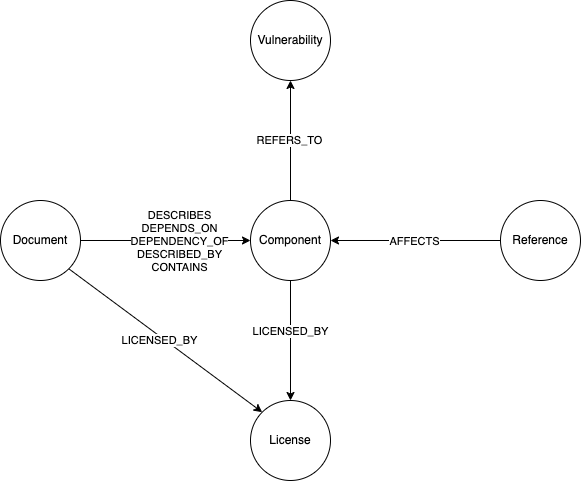
This is img/SBOM Schema.png from nodestream-proj/nodestream-plugin-sbom, a draw.io export, as it was before one commit. Source tidied: cells renumbered, new cells last; positions are measured from the earlier drawing's top-left corner, leaving out a move shared by most shapes. The source it was exported from:
```xml
<mxGraphModel>
  <root>
    <mxCell id="0" />
    <mxCell id="1" parent="0" />
    <mxCell id="2" style="edgeStyle=orthogonalEdgeStyle;rounded=0;jettySize=auto;html=1;exitX=1;exitY=0.5;exitDx=0;exitDy=0;entryX=0;entryY=0.5;entryDx=0;entryDy=0;" parent="1" edge="1" source="6" target="11">
      <mxGeometry relative="1" as="geometry" />
    </mxCell>
    <mxCell id="3" value="&lt;div&gt;DESCRIBES&lt;/div&gt;&lt;div&gt;DEPENDS_ON&lt;/div&gt;&lt;div&gt;DEPENDENCY_OF&lt;/div&gt;&lt;div&gt;DESCRIBED_BY&lt;/div&gt;&lt;div&gt;CONTAINS&lt;/div&gt;" style="edgeLabel;html=1;align=center;verticalAlign=middle;" parent="2" vertex="1">
      <mxGeometry x="0.15" relative="1" as="geometry" />
    </mxCell>
    <mxCell id="4" style="rounded=0;jettySize=auto;html=1;exitX=1;exitY=1;exitDx=0;exitDy=0;entryX=0;entryY=0;entryDx=0;entryDy=0;" parent="1" edge="1" source="6" target="16">
      <mxGeometry relative="1" as="geometry" />
    </mxCell>
    <mxCell id="5" value="LICENSED_BY" style="edgeLabel;html=1;align=center;verticalAlign=middle;" parent="4" vertex="1">
      <mxGeometry x="-0.04" y="-3" relative="1" as="geometry" />
    </mxCell>
    <mxCell id="6" value="Document" style="ellipse;whiteSpace=wrap;html=1;" parent="1" vertex="1">
      <mxGeometry y="200" width="80" height="80" as="geometry" />
    </mxCell>
    <mxCell id="7" style="edgeStyle=orthogonalEdgeStyle;rounded=0;jettySize=auto;html=1;exitX=0.5;exitY=0;exitDx=0;exitDy=0;entryX=0.5;entryY=1;entryDx=0;entryDy=0;" parent="1" edge="1" source="11" target="12">
      <mxGeometry relative="1" as="geometry" />
    </mxCell>
    <mxCell id="8" value="REFERS_TO" style="edgeLabel;html=1;align=center;verticalAlign=middle;" parent="7" vertex="1">
      <mxGeometry x="0.02" y="2" relative="1" as="geometry" />
    </mxCell>
    <mxCell id="9" style="edgeStyle=orthogonalEdgeStyle;rounded=0;jettySize=auto;html=1;exitX=0.5;exitY=1;exitDx=0;exitDy=0;entryX=0.5;entryY=0;entryDx=0;entryDy=0;" parent="1" edge="1" source="11" target="16">
      <mxGeometry relative="1" as="geometry" />
    </mxCell>
    <mxCell id="10" value="LICENSED_BY" style="edgeLabel;html=1;align=center;verticalAlign=middle;" parent="9" vertex="1">
      <mxGeometry x="-0.17" y="-1" relative="1" as="geometry" />
    </mxCell>
    <mxCell id="11" value="Component" style="ellipse;whiteSpace=wrap;html=1;" parent="1" vertex="1">
      <mxGeometry x="250" y="200" width="80" height="80" as="geometry" />
    </mxCell>
    <mxCell id="12" value="Vulnerability" style="ellipse;whiteSpace=wrap;html=1;" parent="1" vertex="1">
      <mxGeometry x="250" width="80" height="80" as="geometry" />
    </mxCell>
    <mxCell id="13" style="edgeStyle=orthogonalEdgeStyle;rounded=0;jettySize=auto;html=1;exitX=0;exitY=0.5;exitDx=0;exitDy=0;entryX=1;entryY=0.5;entryDx=0;entryDy=0;" parent="1" edge="1" source="15" target="11">
      <mxGeometry relative="1" as="geometry" />
    </mxCell>
    <mxCell id="14" value="AFFECTS" style="edgeLabel;html=1;align=center;verticalAlign=middle;" parent="13" vertex="1">
      <mxGeometry x="0.02" relative="1" as="geometry" />
    </mxCell>
    <mxCell id="15" value="Reference" style="ellipse;whiteSpace=wrap;html=1;" parent="1" vertex="1">
      <mxGeometry x="500" y="200" width="80" height="80" as="geometry" />
    </mxCell>
    <mxCell id="16" value="License" style="ellipse;whiteSpace=wrap;html=1;" parent="1" vertex="1">
      <mxGeometry x="250" y="400" width="80" height="80" as="geometry" />
    </mxCell>
  </root>
</mxGraphModel>
```
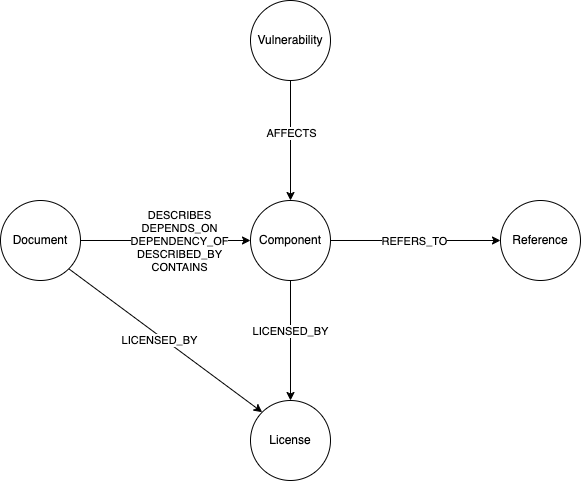
After the change.

Commit message:
Fixed typo in README and incorrect arrow and labels in the schema image

Change to the diagram source:
```diff
@@ -17,12 +17,12 @@
     <mxCell id="6" value="Document" style="ellipse;whiteSpace=wrap;html=1;" parent="1" vertex="1">
       <mxGeometry y="200" width="80" height="80" as="geometry" />
     </mxCell>
-    <mxCell id="7" style="edgeStyle=orthogonalEdgeStyle;rounded=0;jettySize=auto;html=1;exitX=0.5;exitY=0;exitDx=0;exitDy=0;entryX=0.5;entryY=1;entryDx=0;entryDy=0;" parent="1" edge="1" source="11" target="12">
+    <mxCell id="7" style="edgeStyle=orthogonalEdgeStyle;rounded=0;jettySize=auto;html=1;exitX=0.5;exitY=0;exitDx=0;exitDy=0;entryX=0.5;entryY=1;entryDx=0;entryDy=0;startArrow=classic;startFill=1;endArrow=none;endFill=0;" parent="1" edge="1" source="11" target="12">
       <mxGeometry relative="1" as="geometry" />
     </mxCell>
-    <mxCell id="8" value="REFERS_TO" style="edgeLabel;html=1;align=center;verticalAlign=middle;" parent="7" vertex="1">
-      <mxGeometry x="0.02" y="2" relative="1" as="geometry" />
-    </mxCell>
+    <mxCell id="17" value="AFFECTS" style="edgeLabel;html=1;align=center;verticalAlign=middle;" parent="7" vertex="1">
+      <mxGeometry x="0.13" relative="1" as="geometry" />
+    </mxCell>
     <mxCell id="9" style="edgeStyle=orthogonalEdgeStyle;rounded=0;jettySize=auto;html=1;exitX=0.5;exitY=1;exitDx=0;exitDy=0;entryX=0.5;entryY=0;entryDx=0;entryDy=0;" parent="1" edge="1" source="11" target="16">
       <mxGeometry relative="1" as="geometry" />
     </mxCell>
@@ -35,10 +35,10 @@
     <mxCell id="12" value="Vulnerability" style="ellipse;whiteSpace=wrap;html=1;" parent="1" vertex="1">
       <mxGeometry x="250" width="80" height="80" as="geometry" />
     </mxCell>
-    <mxCell id="13" style="edgeStyle=orthogonalEdgeStyle;rounded=0;jettySize=auto;html=1;exitX=0;exitY=0.5;exitDx=0;exitDy=0;entryX=1;entryY=0.5;entryDx=0;entryDy=0;" parent="1" edge="1" source="15" target="11">
+    <mxCell id="13" style="edgeStyle=orthogonalEdgeStyle;rounded=0;jettySize=auto;html=1;exitX=0;exitY=0.5;exitDx=0;exitDy=0;entryX=1;entryY=0.5;entryDx=0;entryDy=0;startArrow=classic;startFill=1;endArrow=none;endFill=0;" parent="1" edge="1" source="15" target="11">
       <mxGeometry relative="1" as="geometry" />
     </mxCell>
-    <mxCell id="14" value="AFFECTS" style="edgeLabel;html=1;align=center;verticalAlign=middle;" parent="13" vertex="1">
+    <mxCell id="14" value="REFERS_TO" style="edgeLabel;html=1;align=center;verticalAlign=middle;" parent="13" vertex="1">
       <mxGeometry x="0.02" relative="1" as="geometry" />
     </mxCell>
     <mxCell id="15" value="Reference" style="ellipse;whiteSpace=wrap;html=1;" parent="1" vertex="1">
```
